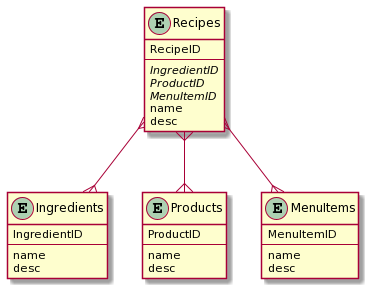
tnt7864/iste432-project keeps this PlantUML diagram as img/Spoonacular_Schema.png. Above is the earlier version.
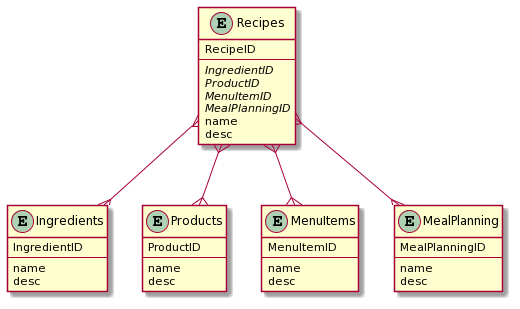
The same file after the commit.

What changed in the source:
```diff
@@ -5,6 +5,7 @@
 {abstract} IngredientID
 {abstract} ProductID
 {abstract} MenuItemID
+{abstract} MealPlanningID
 name
 desc
 }
@@ -26,7 +27,14 @@
     name
     desc
 }
+entity MealPlanning {
+    MealPlanningID
+    ---
+    name
+    desc
+}
 Recipes }--{ Ingredients
 Recipes }--{ Products
 Recipes }--{ MenuItems
+Recipes }--{ MealPlanning
 @enduml
```
